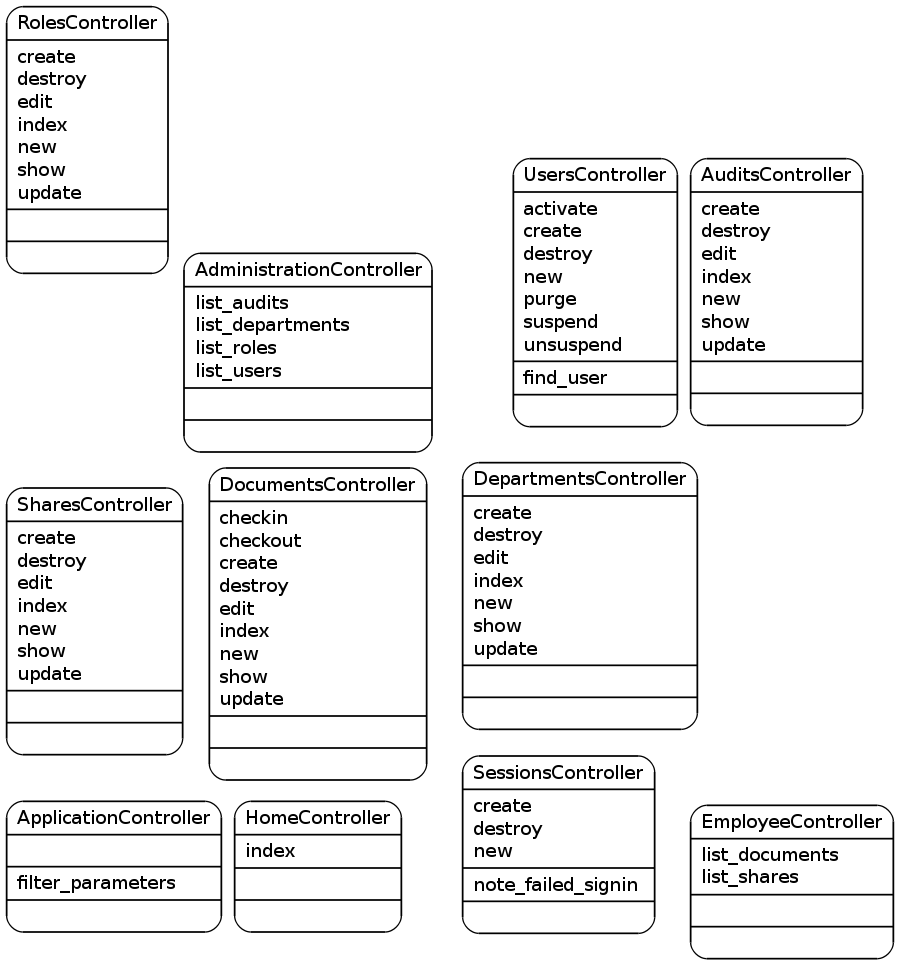
The Graphviz diagram doc/controller.png in AnthonyDiGirolamo/dms, before a commit. Its source is kept beside it as doc/controller.dot.
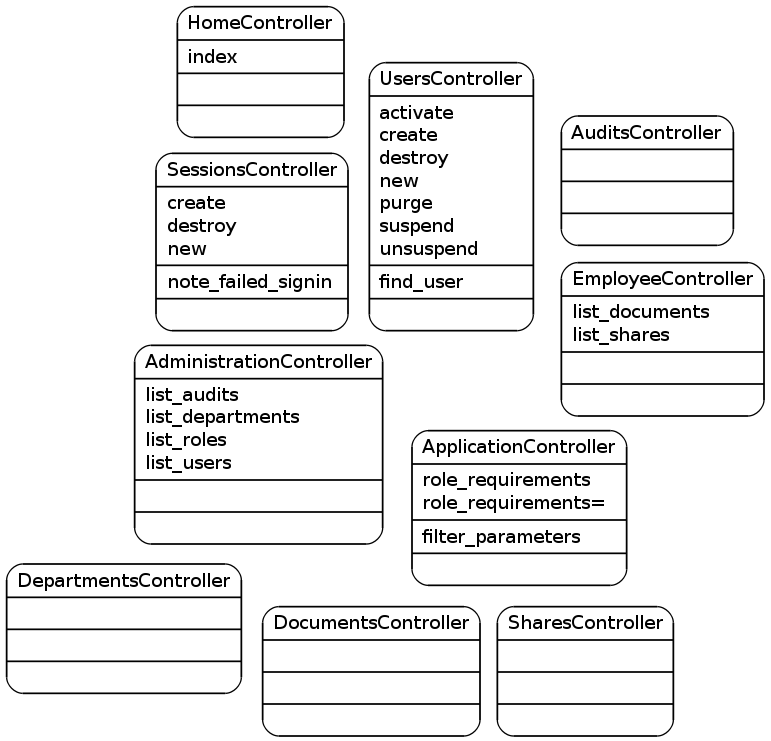
Above is the later version.

What changed in the source:
```diff
@@ -2,14 +2,13 @@
 	graph[overlap=false, splines=true]
 	"AdministrationController" [shape=Mrecord, label="{AdministrationController|list_audits\llist_departments\llist_roles\llist_users\l|\l|\l}"]
 	"UsersController" [shape=Mrecord, label="{UsersController|activate\lcreate\ldestroy\lnew\lpurge\lsuspend\lunsuspend\l|find_user\l|\l}"]
-	"SharesController" [shape=Mrecord, label="{SharesController|create\ldestroy\ledit\lindex\lnew\lshow\lupdate\l|\l|\l}"]
-	"RolesController" [shape=Mrecord, label="{RolesController|create\ldestroy\ledit\lindex\lnew\lshow\lupdate\l|\l|\l}"]
+	"SharesController" [shape=Mrecord, label="{SharesController|\l|\l|\l}"]
 	"EmployeeController" [shape=Mrecord, label="{EmployeeController|list_documents\llist_shares\l|\l|\l}"]
 	"SessionsController" [shape=Mrecord, label="{SessionsController|create\ldestroy\lnew\l|note_failed_signin\l|\l}"]
 	"HomeController" [shape=Mrecord, label="{HomeController|index\l|\l|\l}"]
-	"ApplicationController" [shape=Mrecord, label="{ApplicationController|\l|filter_parameters\l|\l}"]
-	"DocumentsController" [shape=Mrecord, label="{DocumentsController|checkin\lcheckout\lcreate\ldestroy\ledit\lindex\lnew\lshow\lupdate\l|\l|\l}"]
-	"AuditsController" [shape=Mrecord, label="{AuditsController|create\ldestroy\ledit\lindex\lnew\lshow\lupdate\l|\l|\l}"]
-	"DepartmentsController" [shape=Mrecord, label="{DepartmentsController|create\ldestroy\ledit\lindex\lnew\lshow\lupdate\l|\l|\l}"]
-	"ApplicationController" [shape=Mrecord, label="{ApplicationController|\l|filter_parameters\l|\l}"]
+	"ApplicationController" [shape=Mrecord, label="{ApplicationController|role_requirements\lrole_requirements=\l|filter_parameters\l|\l}"]
+	"DocumentsController" [shape=Mrecord, label="{DocumentsController|\l|\l|\l}"]
+	"AuditsController" [shape=Mrecord, label="{AuditsController|\l|\l|\l}"]
+	"DepartmentsController" [shape=Mrecord, label="{DepartmentsController|\l|\l|\l}"]
+	"ApplicationController" [shape=Mrecord, label="{ApplicationController|role_requirements\lrole_requirements=\l|filter_parameters\l|\l}"]
 }
```
